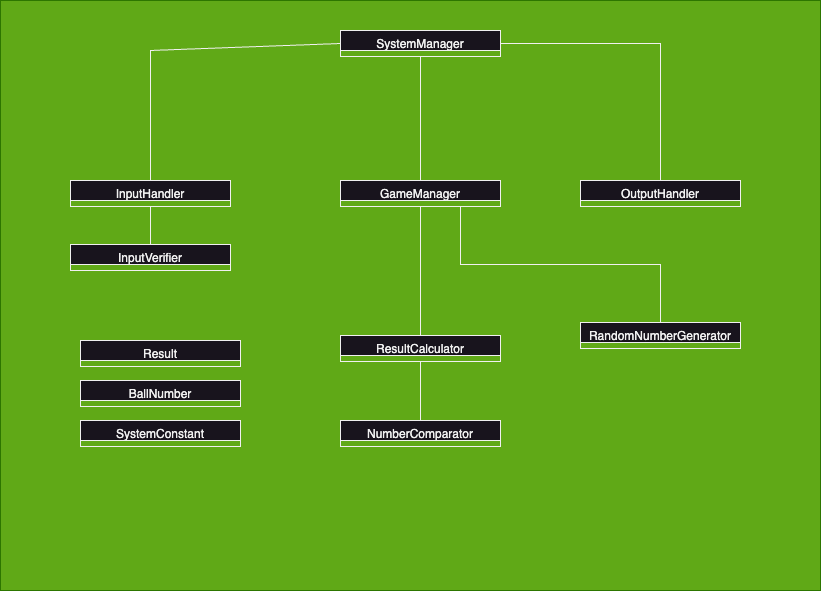
woowacourse-precourse/java-baseball-6 keeps this draw.io diagram as docs/images/클래스다이어그램v1.png. Above is the earlier version. Source tidied: cells renumbered, new cells last; positions are measured from the earlier drawing's top-left corner, leaving out a move shared by most shapes.
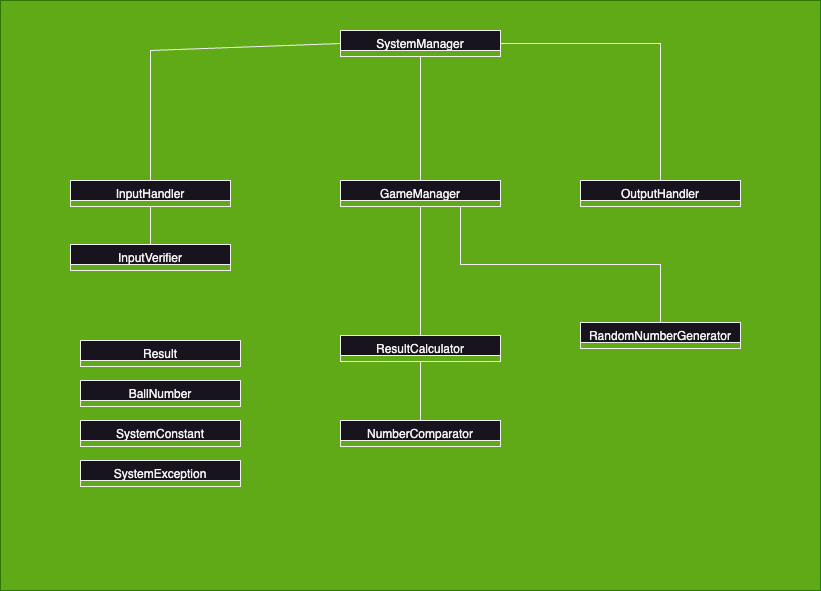
Later version of the same file.

Commit message:
docs(README): SystemException 클래스 추가

상수(예외문구)를 저장하는 클래스

Diff of the diagram source:
```diff
@@ -63,5 +63,8 @@
     <mxCell id="20" value="Result" style="swimlane;fontStyle=0;align=center;verticalAlign=top;horizontal=1;startSize=20;rounded=0;shadow=0;strokeWidth=1;" parent="1" vertex="1" collapsed="1">
       <mxGeometry x="80" y="340" width="160" height="26" as="geometry" />
     </mxCell>
+    <mxCell id="21" value="SystemException" style="swimlane;fontStyle=0;align=center;verticalAlign=top;horizontal=1;startSize=20;rounded=0;shadow=0;strokeWidth=1;" parent="1" vertex="1" collapsed="1">
+      <mxGeometry x="80" y="460" width="160" height="26" as="geometry" />
+    </mxCell>
   </root>
 </mxGraphModel>
```
